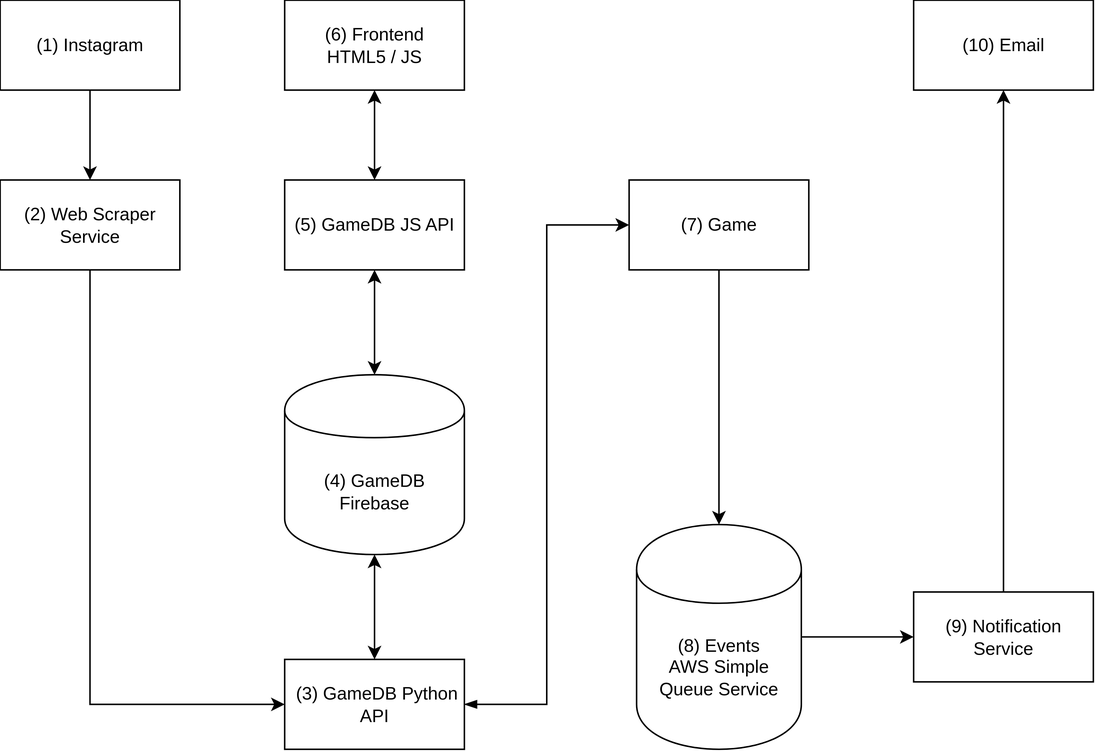
Earlier version of the draw.io export blockdiagram.svg (un7c0rn/stopthevirus). Source tidied: cells renumbered, new cells last; positions are measured from the earlier drawing's top-left corner, leaving out a move shared by most shapes.
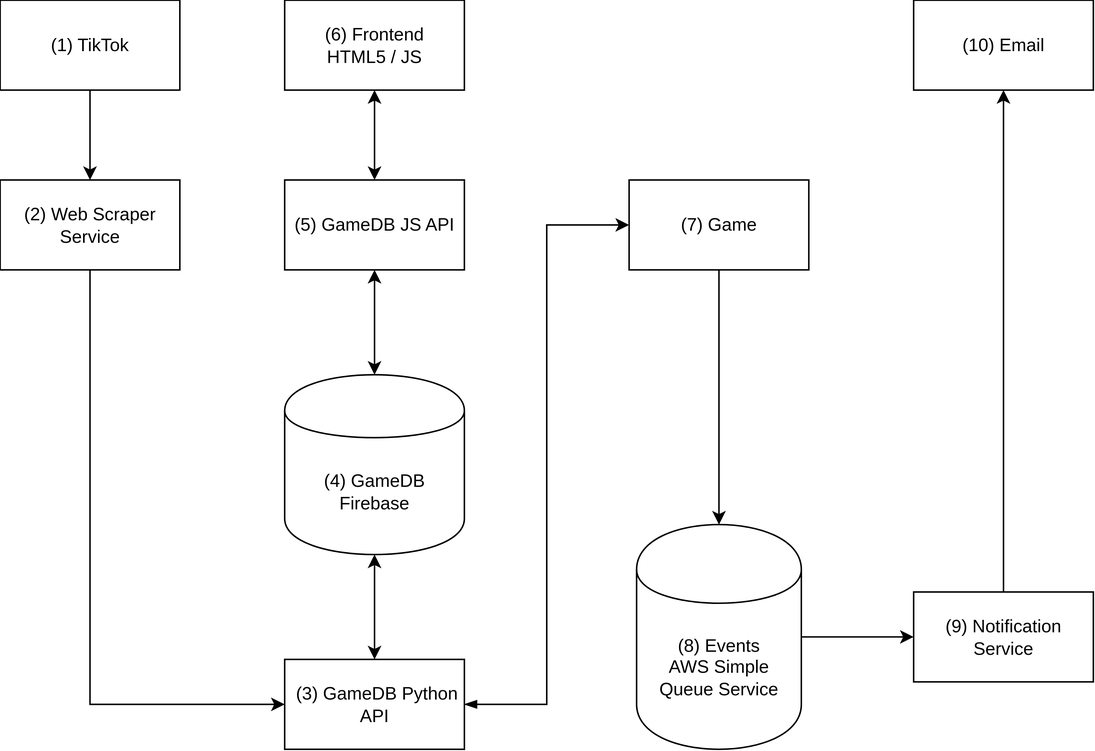
The same diagram one commit later.

Commit message:
Updated diagrams with TikTok.

Diff of the diagram source:
```diff
@@ -35,7 +35,7 @@
     <mxCell id="12" style="edgeStyle=none;rounded=0;jettySize=auto;html=1;exitX=0.5;exitY=1;exitDx=0;exitDy=0;entryX=0.5;entryY=0;entryDx=0;entryDy=0;startArrow=none;startFill=0;" parent="1" edge="1" source="13" target="17">
       <mxGeometry relative="1" as="geometry" />
     </mxCell>
-    <mxCell id="13" value="(1) Instagram" style="rounded=0;whiteSpace=wrap;html=1;" parent="1" vertex="1">
+    <mxCell id="13" value="(1) TikTok" style="rounded=0;whiteSpace=wrap;html=1;" parent="1" vertex="1">
       <mxGeometry width="120" height="60" as="geometry" />
     </mxCell>
     <mxCell id="14" style="edgeStyle=orthogonalEdgeStyle;rounded=0;jettySize=auto;html=1;exitX=0.5;exitY=1;exitDx=0;exitDy=0;entryX=0.5;entryY=0;entryDx=0;entryDy=0;startArrow=classic;startFill=1;" parent="1" edge="1" source="15" target="11">
```
